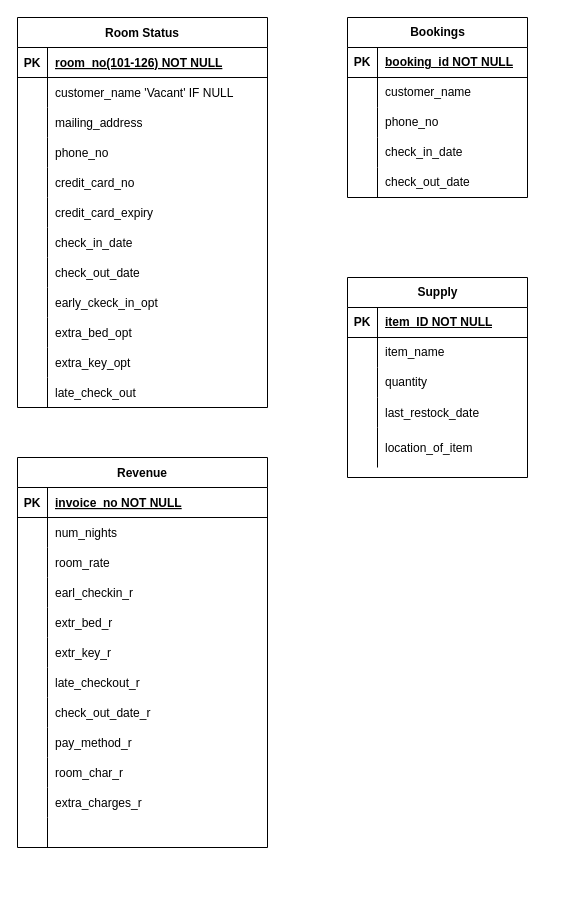
This is QAP4 SG8 Sleep-Tite Motel/SleepTiteERD.drawio from ZCollier-dev/keyin-qap4-zc, a draw.io file, before an edit. Source tidied: cells renumbered, new cells numbered last; positions are measured from the earlier drawing's top-left corner, leaving out a move shared by most shapes. Both pictures are drawn from the tidied source at 100%, with x=0, y=0 at pixel (17, 17).
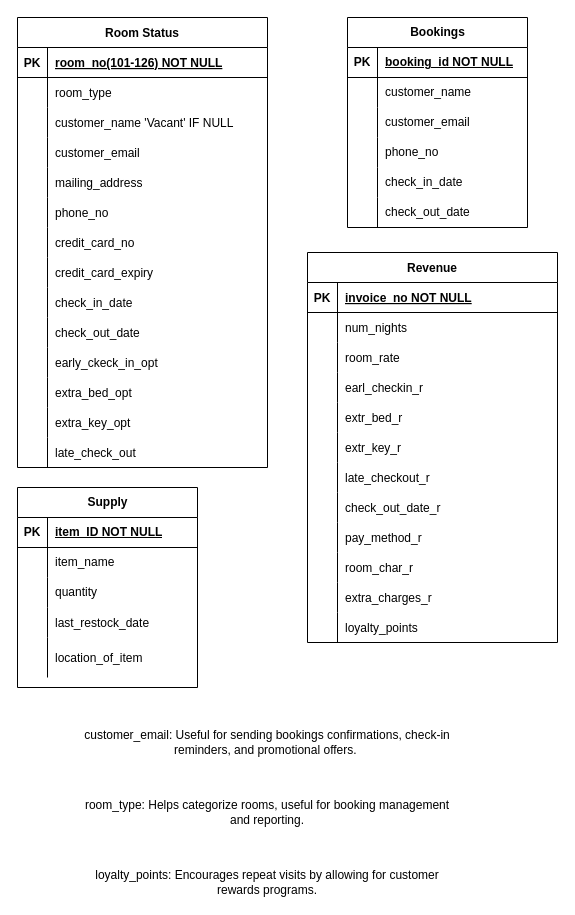
The same page after the edit.

Commit message:
Added additional fields, plus explanations.

The change refers to these unchanged cells:
```xml
<mxCell id="89" style="shape=partialRectangle;fillColor=none;top=0;left=0;right=0;bottom=0;" parent="55" vertex="1">
  <mxGeometry y="360" width="250" height="30" as="geometry" />
</mxCell>
```

Diff of the diagram source:
```diff
@@
     <mxCell id="2" value="Room Status" style="shape=table;startSize=30;childLayout=tableLayout;rowLines=0;fontStyle=1;align=center;" parent="1" vertex="1">
-      <mxGeometry width="250" height="390" as="geometry" />
+      <mxGeometry width="250" height="450" as="geometry" />
     </mxCell>
@@
+    <mxCell id="108" style="shape=partialRectangle;fillColor=none;top=0;left=0;right=0;bottom=0;" parent="2" vertex="1">
+      <mxGeometry y="60" width="250" height="30" as="geometry" />
+    </mxCell>
+    <mxCell id="109" style="shape=partialRectangle;overflow=hidden;fillColor=none;top=0;left=0;bottom=0;right=0;" parent="108" vertex="1">
+      <mxGeometry width="30" height="30" as="geometry" />
+    </mxCell>
+    <mxCell id="110" value="room_type" style="shape=partialRectangle;overflow=hidden;fillColor=none;top=0;left=0;bottom=0;right=0;align=left;spacingLeft=6;" parent="108" vertex="1">
+      <mxGeometry x="30" width="220" height="30" as="geometry" />
+    </mxCell>
     <mxCell id="6" style="shape=partialRectangle;fillColor=none;top=0;left=0;right=0;bottom=0;" parent="2" vertex="1">
-      <mxGeometry y="60" width="250" height="30" as="geometry" />
+      <mxGeometry y="90" width="250" height="30" as="geometry" />
     </mxCell>
@@
+    <mxCell id="111" style="shape=partialRectangle;fillColor=none;top=0;left=0;right=0;bottom=0;" parent="2" vertex="1">
+      <mxGeometry y="120" width="250" height="30" as="geometry" />
+    </mxCell>
+    <mxCell id="112" style="shape=partialRectangle;overflow=hidden;fillColor=none;top=0;left=0;bottom=0;right=0;" parent="111" vertex="1">
+      <mxGeometry width="30" height="30" as="geometry" />
+    </mxCell>
+    <mxCell id="113" value="customer_email" style="shape=partialRectangle;overflow=hidden;fillColor=none;top=0;left=0;bottom=0;right=0;align=left;spacingLeft=6;" parent="111" vertex="1">
+      <mxGeometry x="30" width="220" height="30" as="geometry" />
+    </mxCell>
     <mxCell id="9" style="shape=partialRectangle;fillColor=none;top=0;left=0;right=0;bottom=0;" parent="2" vertex="1">
-      <mxGeometry y="90" width="250" height="30" as="geometry" />
+      <mxGeometry y="150" width="250" height="30" as="geometry" />
     </mxCell>
@@
     <mxCell id="12" style="shape=partialRectangle;fillColor=none;top=0;left=0;right=0;bottom=0;" parent="2" vertex="1">
-      <mxGeometry y="120" width="250" height="30" as="geometry" />
+      <mxGeometry y="180" width="250" height="30" as="geometry" />
     </mxCell>
@@
     <mxCell id="15" style="shape=partialRectangle;fillColor=none;top=0;left=0;right=0;bottom=0;" parent="2" vertex="1">
-      <mxGeometry y="150" width="250" height="30" as="geometry" />
+      <mxGeometry y="210" width="250" height="30" as="geometry" />
     </mxCell>
@@
     <mxCell id="18" style="shape=partialRectangle;fillColor=none;top=0;left=0;right=0;bottom=0;" parent="2" vertex="1">
-      <mxGeometry y="180" width="250" height="30" as="geometry" />
+      <mxGeometry y="240" width="250" height="30" as="geometry" />
     </mxCell>
@@
     <mxCell id="21" style="shape=partialRectangle;fillColor=none;top=0;left=0;right=0;bottom=0;" parent="2" vertex="1">
-      <mxGeometry y="210" width="250" height="30" as="geometry" />
+      <mxGeometry y="270" width="250" height="30" as="geometry" />
     </mxCell>
@@
     <mxCell id="24" style="shape=partialRectangle;fillColor=none;top=0;left=0;right=0;bottom=0;" parent="2" vertex="1">
-      <mxGeometry y="240" width="250" height="30" as="geometry" />
+      <mxGeometry y="300" width="250" height="30" as="geometry" />
     </mxCell>
@@
     <mxCell id="27" style="shape=partialRectangle;fillColor=none;top=0;left=0;right=0;bottom=0;" parent="2" vertex="1">
-      <mxGeometry y="270" width="250" height="30" as="geometry" />
+      <mxGeometry y="330" width="250" height="30" as="geometry" />
     </mxCell>
@@
     <mxCell id="30" style="shape=partialRectangle;fillColor=none;top=0;left=0;right=0;bottom=0;" parent="2" vertex="1">
-      <mxGeometry y="300" width="250" height="30" as="geometry" />
+      <mxGeometry y="360" width="250" height="30" as="geometry" />
     </mxCell>
@@
     <mxCell id="33" style="shape=partialRectangle;fillColor=none;top=0;left=0;right=0;bottom=0;" parent="2" vertex="1">
-      <mxGeometry y="330" width="250" height="30" as="geometry" />
+      <mxGeometry y="390" width="250" height="30" as="geometry" />
     </mxCell>
@@
     <mxCell id="36" style="shape=partialRectangle;fillColor=none;top=0;left=0;right=0;bottom=0;" parent="2" vertex="1">
-      <mxGeometry y="360" width="250" height="30" as="geometry" />
+      <mxGeometry y="420" width="250" height="30" as="geometry" />
     </mxCell>
@@
     <mxCell id="39" value="Bookings" style="shape=table;startSize=30;childLayout=tableLayout;rowLines=0;fontStyle=1;align=center;html=1;" parent="1" vertex="1">
-      <mxGeometry x="330" width="180" height="180" as="geometry" />
+      <mxGeometry x="330" width="180" height="210" as="geometry" />
     </mxCell>
@@
+    <mxCell id="114" style="shape=tableRow;horizontal=0;startSize=0;swimlaneHead=0;swimlaneBody=0;fillColor=none;top=0;left=0;right=0;bottom=0;" parent="39" vertex="1">
+      <mxGeometry y="90" width="180" height="30" as="geometry" />
+    </mxCell>
+    <mxCell id="115" style="shape=partialRectangle;fillColor=none;top=0;left=0;bottom=0;right=0;overflow=hidden;whiteSpace=wrap;html=1;" parent="114" vertex="1">
+      <mxGeometry width="30" height="30" as="geometry" />
+    </mxCell>
+    <mxCell id="116" value="customer_email" style="shape=partialRectangle;fillColor=none;top=0;left=0;bottom=0;right=0;align=left;spacingLeft=6;overflow=hidden;whiteSpace=wrap;html=1;" parent="114" vertex="1">
+      <mxGeometry x="30" width="150" height="30" as="geometry" />
+    </mxCell>
     <mxCell id="46" style="shape=tableRow;horizontal=0;startSize=0;swimlaneHead=0;swimlaneBody=0;fillColor=none;top=0;left=0;right=0;bottom=0;" parent="39" vertex="1">
-      <mxGeometry y="90" width="180" height="30" as="geometry" />
+      <mxGeometry y="120" width="180" height="30" as="geometry" />
     </mxCell>
@@
     <mxCell id="49" style="shape=tableRow;horizontal=0;startSize=0;swimlaneHead=0;swimlaneBody=0;fillColor=none;top=0;left=0;right=0;bottom=0;" parent="39" vertex="1">
-      <mxGeometry y="120" width="180" height="30" as="geometry" />
+      <mxGeometry y="150" width="180" height="30" as="geometry" />
     </mxCell>
@@
     <mxCell id="52" style="shape=tableRow;horizontal=0;startSize=0;swimlaneHead=0;swimlaneBody=0;fillColor=none;top=0;left=0;right=0;bottom=0;" parent="39" vertex="1">
-      <mxGeometry y="150" width="180" height="30" as="geometry" />
+      <mxGeometry y="180" width="180" height="30" as="geometry" />
     </mxCell>
@@
     <mxCell id="55" value="Revenue" style="shape=table;startSize=30;childLayout=tableLayout;rowLines=0;fontStyle=1;align=center;" parent="1" vertex="1">
-      <mxGeometry y="440" width="250" height="390" as="geometry" />
+      <mxGeometry x="290" y="235" width="250" height="390" as="geometry" />
     </mxCell>
@@
-    <mxCell id="91" style="shape=partialRectangle;overflow=hidden;fillColor=none;top=0;left=0;bottom=0;right=0;align=left;spacingLeft=6;" parent="89" vertex="1">
+    <mxCell id="91" value="loyalty_points" style="shape=partialRectangle;overflow=hidden;fillColor=none;top=0;left=0;bottom=0;right=0;align=left;spacingLeft=6;" parent="89" vertex="1">
       <mxGeometry x="30" width="220" height="30" as="geometry" />
     </mxCell>
     <mxCell id="92" value="Supply" style="shape=table;startSize=30;childLayout=tableLayout;rowLines=0;fontStyle=1;align=center;html=1;" parent="1" vertex="1">
-      <mxGeometry x="330" y="260" width="180" height="200" as="geometry" />
+      <mxGeometry y="470" width="180" height="200" as="geometry" />
     </mxCell>
@@
+    <mxCell id="117" value="customer_email: Useful for sending bookings confirmations, check-in reminders, and promotional offers.&amp;nbsp;" style="text;html=1;strokeColor=none;fillColor=none;align=center;verticalAlign=middle;whiteSpace=wrap;rounded=0;" parent="1" vertex="1">
+      <mxGeometry x="60" y="710" width="380" height="30" as="geometry" />
+    </mxCell>
+    <mxCell id="118" value="room_type: Helps categorize rooms, useful for booking management and reporting." style="text;html=1;strokeColor=none;fillColor=none;align=center;verticalAlign=middle;whiteSpace=wrap;rounded=0;" parent="1" vertex="1">
+      <mxGeometry x="60" y="780" width="380" height="30" as="geometry" />
+    </mxCell>
+    <mxCell id="119" value="loyalty_points: Encourages repeat visits by allowing for customer rewards programs." style="text;html=1;strokeColor=none;fillColor=none;align=center;verticalAlign=middle;whiteSpace=wrap;rounded=0;" parent="1" vertex="1">
+      <mxGeometry x="60" y="850" width="380" height="30" as="geometry" />
+    </mxCell>
```
